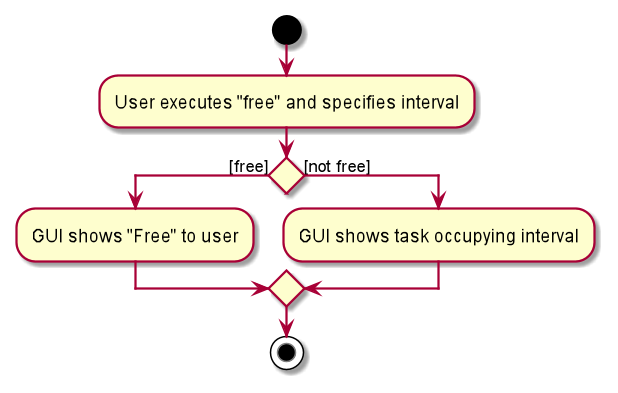
nus-cs2103-AY2021S2/tp keeps this PlantUML diagram as docs/images/FreeIntervalActivityDiagram.png. Above is the earlier version.
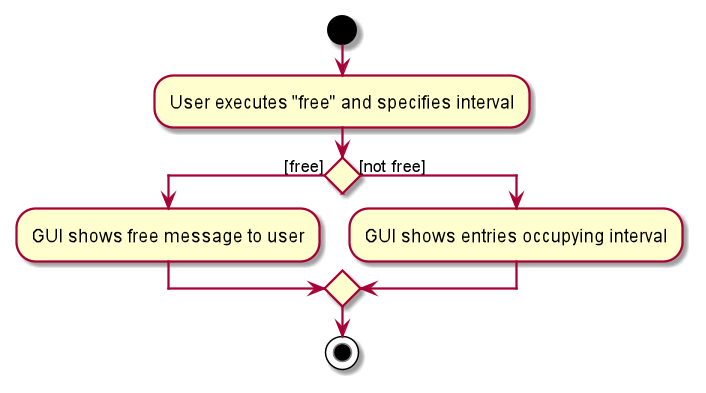
The same file after the commit.

Change to the diagram source:
```diff
@@ -3,9 +3,9 @@
 start
 :User executes "free" and specifies interval;
 if () then ([free])
-    :GUI shows "Free" to user;
+    :GUI shows free message to user;
 else ([not free])
-    :GUI shows task occupying interval;
+    :GUI shows entries occupying interval;
 endif
 stop
 
```
